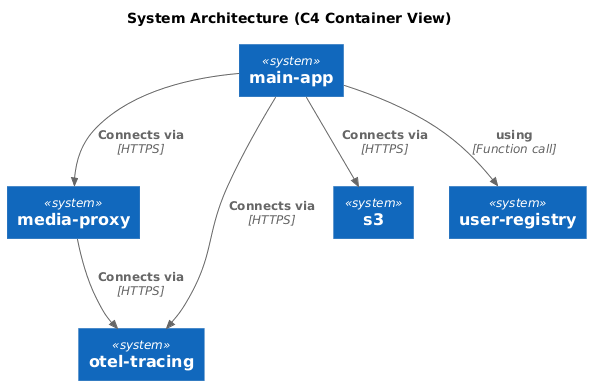
This is doc/system-diagram.png from scrive/kitab, a PlantUML export, as it was before one commit.
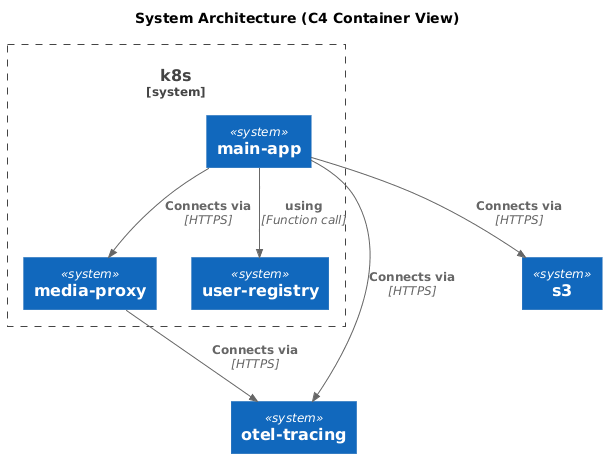
After the commit.

The edit, as a diff of the source:
```diff
@@ -3,11 +3,14 @@
 
 title System Architecture (C4 Container View)
 
-System(main_app, "main-app")
-System(media_proxy, "media-proxy")
+System_Boundary(c1,k8s) {
+  System(main_app, "main-app")
+  System(media_proxy, "media-proxy")
+  System(user_registry, "user-registry")
+}
+
 System(otel_tracing, "otel-tracing")
 System(s3, "s3")
-System(user_registry, "user-registry")
 
 Rel(main_app, media_proxy, "Connects via", "HTTPS")
 Rel(main_app, otel_tracing, "Connects via", "HTTPS")
```
